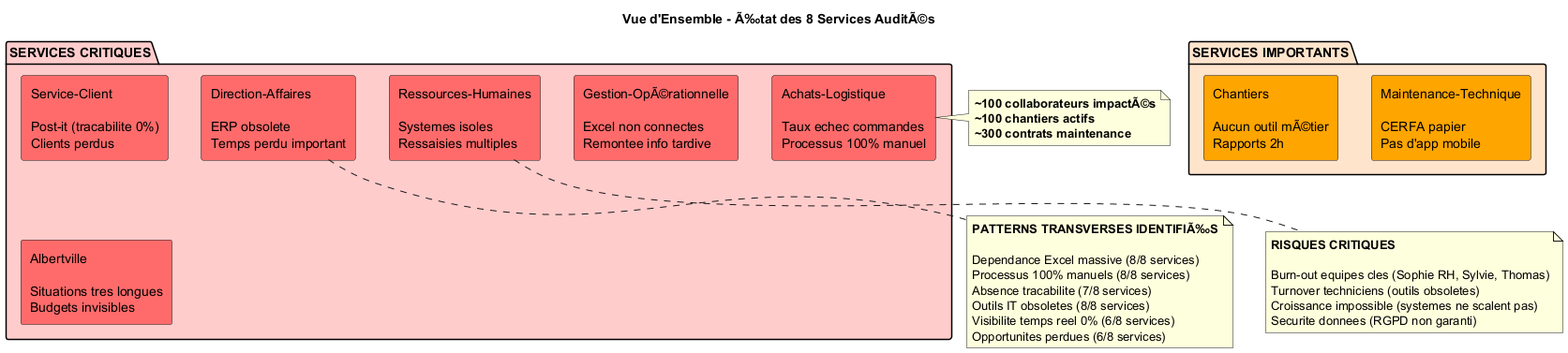
This is Synthese/uml/puml/Vue_Ensemble_Services.png from JordanSerafini/Audit_Duret, a PlantUML export, as it was before one commit. The source it was exported from:
```plantuml
@startuml Vue_Ensemble_Services

title Vue d'Ensemble - Ã‰tat des 8 Services AuditÃ©s

skinparam componentStyle rectangle

package "SERVICES CRITIQUES" #FFCCCC {
  rectangle "Achats-Logistique\n\nTaux echec commandes\nProcessus 100% manuel" as Achats #FF6B6B
  rectangle "Direction-Affaires\n\nERP obsolete\nTemps perdu important" as DirAff #FF6B6B
  rectangle "Ressources-Humaines\n\nSystemes isoles\nRessaisies multiples" as RH #FF6B6B
  rectangle "Service-Client\n\nPost-it (tracabilite 0%)\nClients perdus" as ServiceClient #FF6B6B
  rectangle "Gestion-OpÃ©rationnelle\n\nExcel non connectes\nRemontee info tardive" as GestOp #FF6B6B
  rectangle "Albertville\n\nSituations tres longues\nBudgets invisibles" as Albert #FF6B6B
}

package "SERVICES IMPORTANTS" #FFE4CC {
  rectangle "Maintenance-Technique\n\nCERFA papier\nPas d'app mobile" as Maint #FFA500
  rectangle "Chantiers\n\nAucun outil mÃ©tier\nRapports 2h" as Chantiers #FFA500
}

note right of Achats
  **~100 collaborateurs impactÃ©s**
  **~100 chantiers actifs**
  **~300 contrats maintenance**
end note

note bottom of DirAff
  **PATTERNS TRANSVERSES IDENTIFIÃ‰S**

  Dependance Excel massive (8/8 services)
  Processus 100% manuels (8/8 services)
  Absence tracabilite (7/8 services)
  Outils IT obsoletes (8/8 services)
  Visibilite temps reel 0% (6/8 services)
  Opportunites perdues (6/8 services)
end note

note bottom of RH
  **RISQUES CRITIQUES**

  Burn-out equipes cles (Sophie RH, Sylvie, Thomas)
  Turnover techniciens (outils obsoletes)
  Croissance impossible (systemes ne scalent pas)
  Securite donnees (RGPD non garanti)
end note

@enduml
```
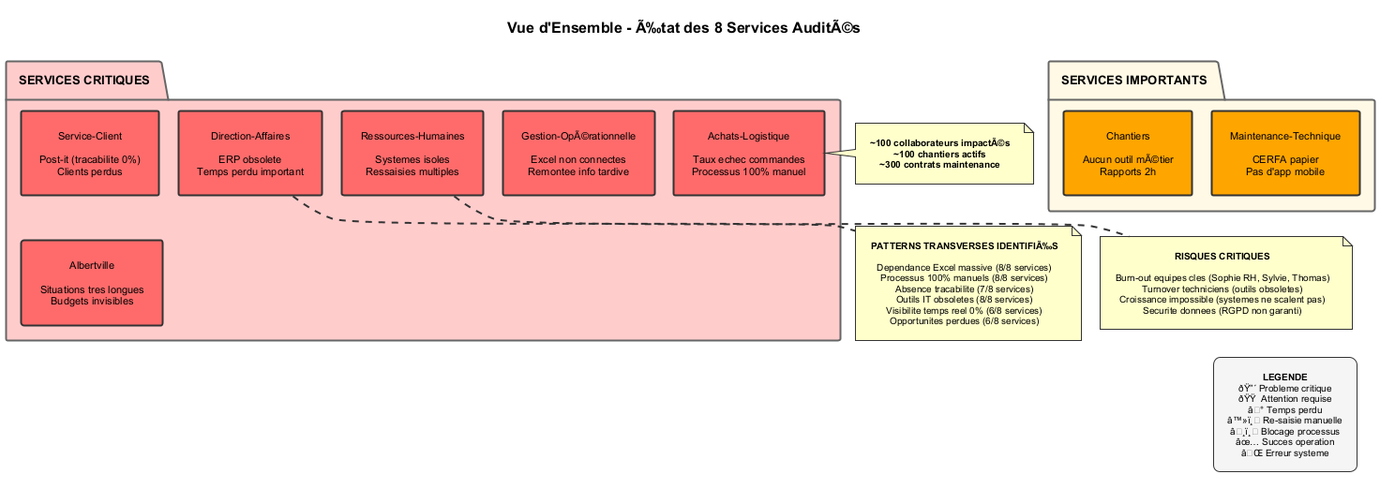
After the commit.

Diff of the diagram source:
```diff
@@ -1,21 +1,26 @@
 @startuml Vue_Ensemble_Services
+
+
+!include ../../../Services/_shared/uml/styles/duret_colors.puml
+!include ../../../Services/_shared/uml/styles/duret_layout.puml
+!include ../../../Services/_shared/uml/styles/duret_legends.puml
 
 title Vue d'Ensemble - Ã‰tat des 8 Services AuditÃ©s
 
 skinparam componentStyle rectangle
 
-package "SERVICES CRITIQUES" #FFCCCC {
-  rectangle "Achats-Logistique\n\nTaux echec commandes\nProcessus 100% manuel" as Achats #FF6B6B
-  rectangle "Direction-Affaires\n\nERP obsolete\nTemps perdu important" as DirAff #FF6B6B
-  rectangle "Ressources-Humaines\n\nSystemes isoles\nRessaisies multiples" as RH #FF6B6B
-  rectangle "Service-Client\n\nPost-it (tracabilite 0%)\nClients perdus" as ServiceClient #FF6B6B
-  rectangle "Gestion-OpÃ©rationnelle\n\nExcel non connectes\nRemontee info tardive" as GestOp #FF6B6B
-  rectangle "Albertville\n\nSituations tres longues\nBudgets invisibles" as Albert #FF6B6B
+package "SERVICES CRITIQUES" COLOR_ETAT_ERROR {
+  rectangle "Achats-Logistique\n\nTaux echec commandes\nProcessus 100% manuel" as Achats COLOR_PROBLEME
+  rectangle "Direction-Affaires\n\nERP obsolete\nTemps perdu important" as DirAff COLOR_PROBLEME
+  rectangle "Ressources-Humaines\n\nSystemes isoles\nRessaisies multiples" as RH COLOR_PROBLEME
+  rectangle "Service-Client\n\nPost-it (tracabilite 0%)\nClients perdus" as ServiceClient COLOR_PROBLEME
+  rectangle "Gestion-OpÃ©rationnelle\n\nExcel non connectes\nRemontee info tardive" as GestOp COLOR_PROBLEME
+  rectangle "Albertville\n\nSituations tres longues\nBudgets invisibles" as Albert COLOR_PROBLEME
 }
 
-package "SERVICES IMPORTANTS" #FFE4CC {
-  rectangle "Maintenance-Technique\n\nCERFA papier\nPas d'app mobile" as Maint #FFA500
-  rectangle "Chantiers\n\nAucun outil mÃ©tier\nRapports 2h" as Chantiers #FFA500
+package "SERVICES IMPORTANTS" COLOR_ETAT_WARNING {
+  rectangle "Maintenance-Technique\n\nCERFA papier\nPas d'app mobile" as Maint COLOR_ATTENTION
+  rectangle "Chantiers\n\nAucun outil mÃ©tier\nRapports 2h" as Chantiers COLOR_ATTENTION
 }
 
 note right of Achats
@@ -44,4 +49,6 @@
   Securite donnees (RGPD non garanti)
 end note
 
+LEGEND_STANDARD()
+
 @enduml
```
